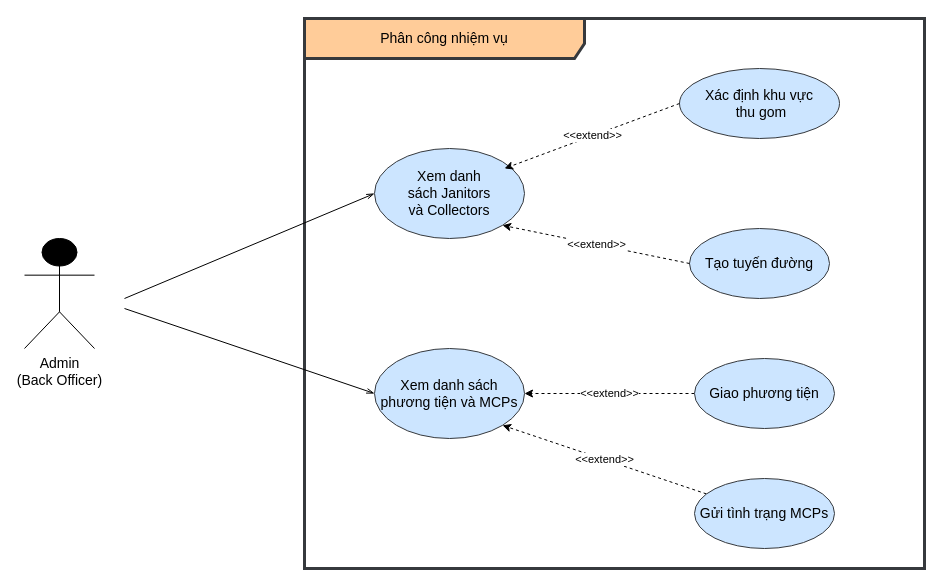
astr0tas/SE-with-Da-Bois---UWC-2.0 keeps this draw.io diagram as Task 1/1.3/Task assignment.drawio. Above is the earlier version. Source tidied: cells renumbered, new cells numbered last; positions are measured from the earlier drawing's top-left corner, leaving out a move shared by most shapes. Both pictures are drawn from the tidied source at 100%, with x=0, y=0 at pixel (24, 18).
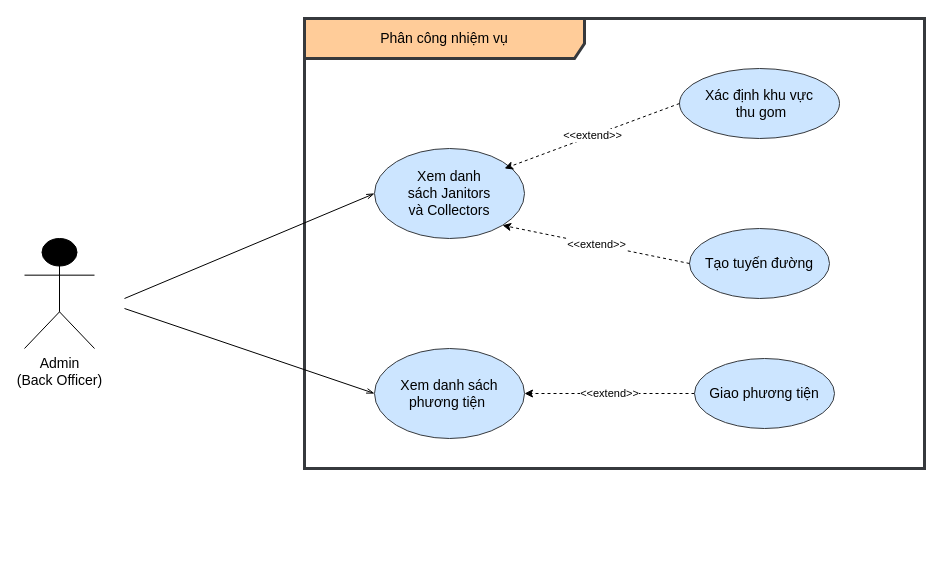
After the change.

What changed in the source:
```diff
@@
 <mxGraphModel>
   <root>
     <mxCell id="0" />
     <mxCell id="1" parent="0" />
     <mxCell id="2" value="&lt;font style=&quot;font-size: 14px;&quot;&gt;Admin &lt;br&gt;(&lt;span style=&quot;font-family: Arial, sans-serif;&quot;&gt;Back Officer&lt;/span&gt;)&lt;/font&gt;" style="shape=umlActor;verticalLabelPosition=bottom;verticalAlign=top;html=1;fillColor=#000000;" parent="1" vertex="1">
       <mxGeometry y="220" width="70" height="110" as="geometry" />
     </mxCell>
     <mxCell id="3" value="Phân công nhiệm vụ" style="shape=umlFrame;whiteSpace=wrap;html=1;fontSize=14;width=280;height=40;fillColor=#ffcc99;strokeColor=#36393d;strokeWidth=3;gradientColor=none;swimlaneFillColor=default;" parent="1" vertex="1">
-      <mxGeometry x="280" width="620" height="550" as="geometry" />
+      <mxGeometry x="280" width="620" height="450" as="geometry" />
     </mxCell>
     <mxCell id="4" value="Tạo tuyến đường" style="ellipse;whiteSpace=wrap;html=1;fontSize=14;fillColor=#cce5ff;strokeColor=#36393d;" parent="1" vertex="1">
       <mxGeometry x="665" y="210" width="140" height="70" as="geometry" />
     </mxCell>
     <mxCell id="5" value="Xem danh sách&amp;nbsp;&lt;a name=&quot;OLE_LINK27&quot;&gt;&lt;span&gt;Janitors&lt;br&gt;và Collectors&lt;/span&gt;&lt;/a&gt;" style="ellipse;whiteSpace=wrap;html=1;fontSize=14;fillColor=#cce5ff;strokeColor=#36393d;" parent="1" vertex="1">
       <mxGeometry x="350" y="130" width="150" height="90" as="geometry" />
     </mxCell>
     <mxCell id="6" style="endArrow=openThin;endFill=0;html=1;rounded=0;fontSize=14;entryX=0;entryY=0.5;entryDx=0;entryDy=0;" parent="1" edge="1" target="5">
       <mxGeometry relative="1" as="geometry">
         <mxPoint x="100" y="280" as="sourcePoint" />
       </mxGeometry>
     </mxCell>
     <mxCell id="7" value="Xác định khu vực&lt;br&gt;&amp;nbsp;thu gom" style="ellipse;whiteSpace=wrap;html=1;fontSize=14;fillColor=#cce5ff;strokeColor=#36393d;" parent="1" vertex="1">
       <mxGeometry x="655" y="50" width="160" height="70" as="geometry" />
     </mxCell>
     <mxCell id="8" value="&amp;lt;&amp;lt;extend&amp;gt;&amp;gt;" style="endArrow=classic;html=1;rounded=0;exitX=0;exitY=0.5;exitDx=0;exitDy=0;dashed=1;entryX=0.867;entryY=0.222;entryDx=0;entryDy=0;entryPerimeter=0;" parent="1" edge="1" source="7" target="5">
       <mxGeometry relative="1" as="geometry" />
     </mxCell>
     <mxCell id="9" value="&amp;lt;&amp;lt;extend&amp;gt;&amp;gt;" style="endArrow=classic;html=1;rounded=0;entryX=1;entryY=0.5;entryDx=0;entryDy=0;exitX=0;exitY=0.5;exitDx=0;exitDy=0;dashed=1;" parent="1" edge="1" source="14" target="12">
       <mxGeometry relative="1" as="geometry" />
     </mxCell>
     <mxCell id="10" value="&amp;lt;&amp;lt;extend&amp;gt;&amp;gt;" style="endArrow=classic;html=1;rounded=0;exitX=0;exitY=0.5;exitDx=0;exitDy=0;dashed=1;entryX=1;entryY=1;entryDx=0;entryDy=0;" parent="1" edge="1" source="4" target="5">
       <mxGeometry relative="1" as="geometry" />
     </mxCell>
     <mxCell id="11" style="endArrow=openThin;endFill=0;html=1;rounded=0;fontSize=14;entryX=0;entryY=0.5;entryDx=0;entryDy=0;" parent="1" edge="1" target="12">
       <mxGeometry relative="1" as="geometry">
         <mxPoint x="100" y="290" as="sourcePoint" />
       </mxGeometry>
     </mxCell>
-    <mxCell id="12" value="Xem danh sách phương tiện và MCPs" style="ellipse;whiteSpace=wrap;html=1;fontSize=14;fillColor=#cce5ff;strokeColor=#36393d;" parent="1" vertex="1">
+    <mxCell id="12" value="Xem danh sách phương tiện&amp;nbsp;" style="ellipse;whiteSpace=wrap;html=1;fontSize=14;fillColor=#cce5ff;strokeColor=#36393d;" parent="1" vertex="1">
       <mxGeometry x="350" y="330" width="150" height="90" as="geometry" />
     </mxCell>
-    <mxCell id="13" value="&amp;lt;&amp;lt;extend&amp;gt;&amp;gt;" style="endArrow=classic;html=1;rounded=0;dashed=1;entryX=1;entryY=1;entryDx=0;entryDy=0;" parent="1" edge="1" source="15" target="12">
-      <mxGeometry relative="1" as="geometry" />
-    </mxCell>
     <mxCell id="14" value="Giao phương tiện" style="ellipse;whiteSpace=wrap;html=1;fontSize=14;fillColor=#cce5ff;strokeColor=#36393d;" parent="1" vertex="1">
       <mxGeometry x="670" y="340" width="140" height="70" as="geometry" />
     </mxCell>
-    <mxCell id="15" value="Gửi tình trạng MCPs" style="ellipse;whiteSpace=wrap;html=1;fontSize=14;fillColor=#cce5ff;strokeColor=#36393d;" parent="1" vertex="1">
-      <mxGeometry x="670" y="460" width="140" height="70" as="geometry" />
-    </mxCell>
   </root>
 </mxGraphModel>
```
